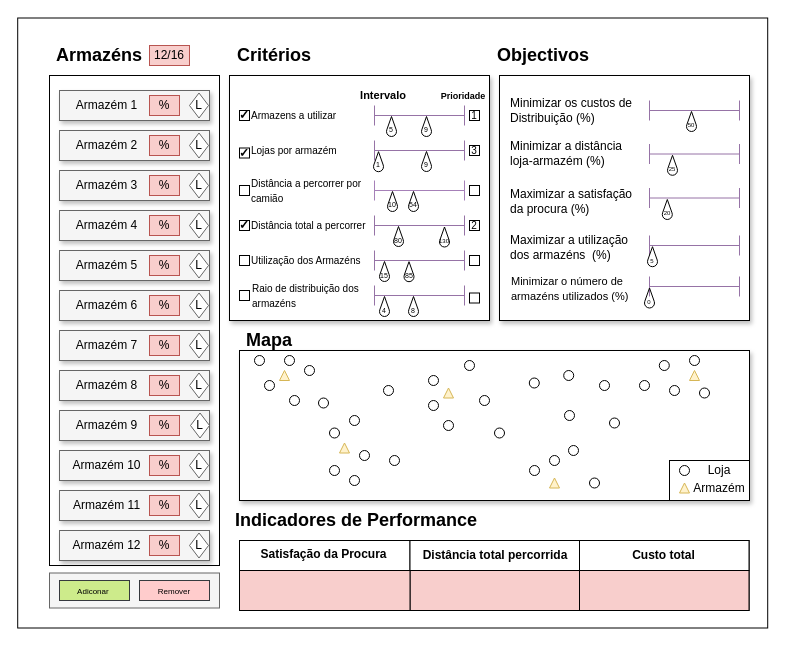
Before: page "Main screen" (1 of 5) of Untitled Diagram.drawio in ertykiko/SADE, a draw.io diagram. Source tidied: cells renumbered, new cells numbered last; positions are measured from the earlier drawing's top-left corner, leaving out a move shared by most shapes. Both pictures are drawn from the tidied source at 100%, with x=0, y=0 at pixel (17, 18).
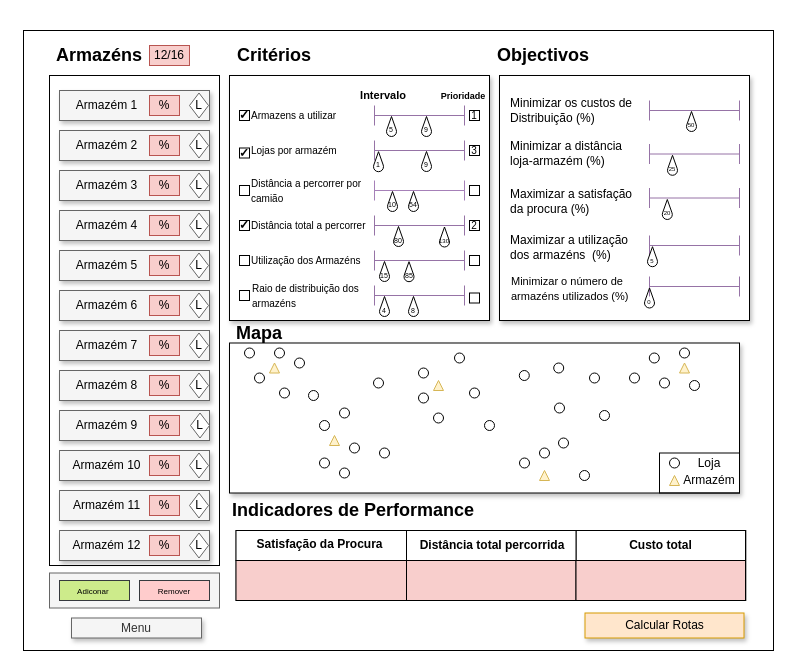
The same page after the edit.

The edit, as a diff of the source:
```diff
@@
     <mxCell id="2" style="rounded=0;whiteSpace=wrap;html=1;" parent="1" vertex="1">
-      <mxGeometry x="0.2" y="-0.5" width="750" height="610" as="geometry" />
+      <mxGeometry x="6" y="12" width="750" height="620" as="geometry" />
     </mxCell>
@@
     <mxCell id="5" style="rounded=0;whiteSpace=wrap;html=1;strokeColor=#666666;gradientColor=none;" parent="1" vertex="1">
-      <mxGeometry x="222" y="522" width="510" height="70" as="geometry" />
+      <mxGeometry x="218.5" y="512" width="510" height="70" as="geometry" />
     </mxCell>
     <mxCell id="6" style="rounded=0;whiteSpace=wrap;html=1;" parent="1" vertex="1">
-      <mxGeometry x="222" y="522" width="170.5" height="30" as="geometry" />
+      <mxGeometry x="218.5" y="512" width="170.5" height="30" as="geometry" />
     </mxCell>
     <mxCell id="7" style="rounded=0;whiteSpace=wrap;html=1;" parent="1" vertex="1">
-      <mxGeometry x="562" y="522" width="169.5" height="30" as="geometry" />
+      <mxGeometry x="558.5" y="512" width="169.5" height="30" as="geometry" />
     </mxCell>
     <mxCell id="8" style="rounded=0;whiteSpace=wrap;html=1;" parent="1" vertex="1">
-      <mxGeometry x="392.5" y="522" width="169.5" height="30" as="geometry" />
+      <mxGeometry x="389" y="512" width="169.5" height="30" as="geometry" />
     </mxCell>
@@
     <mxCell id="53" style="rounded=0;whiteSpace=wrap;html=1;shadow=1;" parent="1" vertex="1">
-      <mxGeometry x="222" y="332" width="510" height="150" as="geometry" />
+      <mxGeometry x="212" y="324.5" width="510" height="150" as="geometry" />
     </mxCell>
     <mxCell id="54" value="&lt;b&gt;&lt;font style=&quot;font-size: 18px&quot;&gt;Mapa&lt;/font&gt;&lt;/b&gt;" style="text;html=1;strokeColor=none;fillColor=none;align=center;verticalAlign=middle;whiteSpace=wrap;rounded=0;shadow=1;" parent="1" vertex="1">
-      <mxGeometry x="232" y="312" width="40" height="20" as="geometry" />
+      <mxGeometry x="222" y="304.5" width="40" height="20" as="geometry" />
     </mxCell>
@@
     <mxCell id="126" value="&lt;b&gt;Distância total percorrida&lt;/b&gt;" style="text;html=1;strokeColor=none;fillColor=none;align=center;verticalAlign=middle;whiteSpace=wrap;rounded=0;" parent="1" vertex="1">
-      <mxGeometry x="398" y="527" width="160" height="20" as="geometry" />
+      <mxGeometry x="394.5" y="517" width="160" height="20" as="geometry" />
     </mxCell>
     <mxCell id="127" value="&lt;div style=&quot;font-size: 18px&quot; align=&quot;left&quot;&gt;&lt;font style=&quot;font-size: 18px&quot;&gt;&lt;b&gt;Indicadores de Performance &lt;/b&gt;&lt;/font&gt;&lt;/div&gt;" style="text;html=1;strokeColor=none;fillColor=none;align=left;verticalAlign=middle;whiteSpace=wrap;rounded=0;" parent="1" vertex="1">
-      <mxGeometry x="216" y="492" width="246" height="20" as="geometry" />
+      <mxGeometry x="212.5" y="482" width="246" height="20" as="geometry" />
     </mxCell>
     <mxCell id="128" value="&lt;b&gt;Custo total&lt;/b&gt;" style="text;html=1;strokeColor=none;fillColor=none;align=center;verticalAlign=middle;whiteSpace=wrap;rounded=0;" parent="1" vertex="1">
-      <mxGeometry x="556.2" y="527" width="181" height="20" as="geometry" />
+      <mxGeometry x="552.8" y="517" width="181" height="20" as="geometry" />
     </mxCell>
     <mxCell id="129" value="&lt;b&gt;Satisfação da Procura&lt;/b&gt;" style="text;html=1;strokeColor=none;fillColor=none;align=center;verticalAlign=middle;whiteSpace=wrap;rounded=0;" parent="1" vertex="1">
-      <mxGeometry x="215.5" y="526" width="181" height="20" as="geometry" />
+      <mxGeometry x="212" y="516" width="181" height="20" as="geometry" />
     </mxCell>
     <mxCell id="130" style="rounded=0;whiteSpace=wrap;html=1;fillColor=#f8cecc;" parent="1" vertex="1">
-      <mxGeometry x="392.5" y="552" width="169.5" height="40" as="geometry" />
+      <mxGeometry x="389" y="542" width="169.5" height="40" as="geometry" />
     </mxCell>
     <mxCell id="131" style="rounded=0;whiteSpace=wrap;html=1;fillColor=#f8cecc;" parent="1" vertex="1">
-      <mxGeometry x="562" y="552" width="169.5" height="40" as="geometry" />
+      <mxGeometry x="558.5" y="542" width="169.5" height="40" as="geometry" />
     </mxCell>
     <mxCell id="132" style="rounded=0;whiteSpace=wrap;html=1;fillColor=#f8cecc;" parent="1" vertex="1">
-      <mxGeometry x="222" y="552" width="170.5" height="40" as="geometry" />
+      <mxGeometry x="218.5" y="542" width="170.5" height="40" as="geometry" />
     </mxCell>
     <mxCell id="133" style="triangle;whiteSpace=wrap;html=1;strokeColor=#d6b656;rotation=90;direction=west;fillColor=#fff2cc;" parent="1" vertex="1">
-      <mxGeometry x="262" y="352" width="10" height="10" as="geometry" />
+      <mxGeometry x="252" y="344.5" width="10" height="10" as="geometry" />
     </mxCell>
     <mxCell id="134" style="ellipse;whiteSpace=wrap;html=1;strokeColor=#000000;" parent="1" vertex="1">
-      <mxGeometry x="287" y="347" width="10" height="10" as="geometry" />
+      <mxGeometry x="277" y="339.5" width="10" height="10" as="geometry" />
     </mxCell>
     <mxCell id="135" style="ellipse;whiteSpace=wrap;html=1;strokeColor=#000000;" parent="1" vertex="1">
-      <mxGeometry x="272" y="377" width="10" height="10" as="geometry" />
+      <mxGeometry x="262" y="369.5" width="10" height="10" as="geometry" />
     </mxCell>
     <mxCell id="136" style="ellipse;whiteSpace=wrap;html=1;strokeColor=#000000;" parent="1" vertex="1">
-      <mxGeometry x="247" y="362" width="10" height="10" as="geometry" />
+      <mxGeometry x="237" y="354.5" width="10" height="10" as="geometry" />
     </mxCell>
     <mxCell id="137" style="ellipse;whiteSpace=wrap;html=1;strokeColor=#000000;" parent="1" vertex="1">
-      <mxGeometry x="237" y="337" width="10" height="10" as="geometry" />
+      <mxGeometry x="227" y="329.5" width="10" height="10" as="geometry" />
     </mxCell>
     <mxCell id="138" style="ellipse;whiteSpace=wrap;html=1;strokeColor=#000000;" parent="1" vertex="1">
-      <mxGeometry x="267" y="337" width="10" height="10" as="geometry" />
+      <mxGeometry x="257" y="329.5" width="10" height="10" as="geometry" />
     </mxCell>
     <mxCell id="139" style="triangle;whiteSpace=wrap;html=1;strokeColor=#d6b656;rotation=90;direction=west;fillColor=#fff2cc;" parent="1" vertex="1">
-      <mxGeometry x="322" y="424.5" width="10" height="10" as="geometry" />
+      <mxGeometry x="312" y="417" width="10" height="10" as="geometry" />
     </mxCell>
     <mxCell id="140" style="ellipse;whiteSpace=wrap;html=1;strokeColor=#000000;" parent="1" vertex="1">
-      <mxGeometry x="332" y="397" width="10" height="10" as="geometry" />
+      <mxGeometry x="322" y="389.5" width="10" height="10" as="geometry" />
     </mxCell>
     <mxCell id="141" style="ellipse;whiteSpace=wrap;html=1;strokeColor=#000000;" parent="1" vertex="1">
-      <mxGeometry x="312" y="409.5" width="10" height="10" as="geometry" />
+      <mxGeometry x="302" y="402" width="10" height="10" as="geometry" />
     </mxCell>
     <mxCell id="142" style="ellipse;whiteSpace=wrap;html=1;strokeColor=#000000;" parent="1" vertex="1">
-      <mxGeometry x="342" y="432" width="10" height="10" as="geometry" />
+      <mxGeometry x="332" y="424.5" width="10" height="10" as="geometry" />
     </mxCell>
     <mxCell id="143" style="ellipse;whiteSpace=wrap;html=1;strokeColor=#000000;" parent="1" vertex="1">
-      <mxGeometry x="312" y="447" width="10" height="10" as="geometry" />
+      <mxGeometry x="302" y="439.5" width="10" height="10" as="geometry" />
     </mxCell>
     <mxCell id="144" style="ellipse;whiteSpace=wrap;html=1;strokeColor=#000000;" parent="1" vertex="1">
-      <mxGeometry x="332" y="457" width="10" height="10" as="geometry" />
+      <mxGeometry x="322" y="449.5" width="10" height="10" as="geometry" />
     </mxCell>
     <mxCell id="145" style="triangle;whiteSpace=wrap;html=1;strokeColor=#d6b656;rotation=90;direction=west;fillColor=#fff2cc;" parent="1" vertex="1">
-      <mxGeometry x="426" y="369.5" width="10" height="10" as="geometry" />
+      <mxGeometry x="416" y="362" width="10" height="10" as="geometry" />
     </mxCell>
     <mxCell id="146" style="ellipse;whiteSpace=wrap;html=1;strokeColor=#000000;" parent="1" vertex="1">
-      <mxGeometry x="462" y="377" width="10" height="10" as="geometry" />
+      <mxGeometry x="452" y="369.5" width="10" height="10" as="geometry" />
     </mxCell>
     <mxCell id="147" style="ellipse;whiteSpace=wrap;html=1;strokeColor=#000000;" parent="1" vertex="1">
-      <mxGeometry x="447" y="342" width="10" height="10" as="geometry" />
+      <mxGeometry x="437" y="334.5" width="10" height="10" as="geometry" />
     </mxCell>
     <mxCell id="148" style="ellipse;whiteSpace=wrap;html=1;strokeColor=#000000;" parent="1" vertex="1">
-      <mxGeometry x="411" y="382" width="10" height="10" as="geometry" />
+      <mxGeometry x="401" y="374.5" width="10" height="10" as="geometry" />
     </mxCell>
     <mxCell id="149" style="ellipse;whiteSpace=wrap;html=1;strokeColor=#000000;" parent="1" vertex="1">
-      <mxGeometry x="372" y="437" width="10" height="10" as="geometry" />
+      <mxGeometry x="362" y="429.5" width="10" height="10" as="geometry" />
     </mxCell>
     <mxCell id="150" style="ellipse;whiteSpace=wrap;html=1;strokeColor=#000000;" parent="1" vertex="1">
-      <mxGeometry x="426" y="402" width="10" height="10" as="geometry" />
+      <mxGeometry x="416" y="394.5" width="10" height="10" as="geometry" />
     </mxCell>
     <mxCell id="151" style="ellipse;whiteSpace=wrap;html=1;strokeColor=#000000;" parent="1" vertex="1">
-      <mxGeometry x="411" y="357" width="10" height="10" as="geometry" />
+      <mxGeometry x="401" y="349.5" width="10" height="10" as="geometry" />
     </mxCell>
     <mxCell id="152" style="triangle;whiteSpace=wrap;html=1;strokeColor=#d6b656;rotation=90;direction=west;fillColor=#fff2cc;" parent="1" vertex="1">
-      <mxGeometry x="532" y="459.5" width="10" height="10" as="geometry" />
+      <mxGeometry x="522" y="452" width="10" height="10" as="geometry" />
     </mxCell>
     <mxCell id="153" style="ellipse;whiteSpace=wrap;html=1;strokeColor=#000000;" parent="1" vertex="1">
-      <mxGeometry x="532" y="437" width="10" height="10" as="geometry" />
+      <mxGeometry x="522" y="429.5" width="10" height="10" as="geometry" />
     </mxCell>
     <mxCell id="154" style="ellipse;whiteSpace=wrap;html=1;strokeColor=#000000;" parent="1" vertex="1">
-      <mxGeometry x="572" y="459.5" width="10" height="10" as="geometry" />
+      <mxGeometry x="562" y="452" width="10" height="10" as="geometry" />
     </mxCell>
     <mxCell id="155" style="ellipse;whiteSpace=wrap;html=1;strokeColor=#000000;" parent="1" vertex="1">
-      <mxGeometry x="512" y="447" width="10" height="10" as="geometry" />
+      <mxGeometry x="502" y="439.5" width="10" height="10" as="geometry" />
     </mxCell>
     <mxCell id="156" style="ellipse;whiteSpace=wrap;html=1;strokeColor=#000000;" parent="1" vertex="1">
-      <mxGeometry x="551" y="427" width="10" height="10" as="geometry" />
+      <mxGeometry x="541" y="419.5" width="10" height="10" as="geometry" />
     </mxCell>
     <mxCell id="157" style="triangle;whiteSpace=wrap;html=1;strokeColor=#d6b656;rotation=90;direction=west;fillColor=#fff2cc;" parent="1" vertex="1">
-      <mxGeometry x="672" y="352" width="10" height="10" as="geometry" />
+      <mxGeometry x="662" y="344.5" width="10" height="10" as="geometry" />
     </mxCell>
     <mxCell id="158" style="ellipse;whiteSpace=wrap;html=1;strokeColor=#000000;" parent="1" vertex="1">
-      <mxGeometry x="641.8" y="342" width="10" height="10" as="geometry" />
+      <mxGeometry x="631.8" y="334.5" width="10" height="10" as="geometry" />
     </mxCell>
     <mxCell id="159" style="ellipse;whiteSpace=wrap;html=1;strokeColor=#000000;" parent="1" vertex="1">
-      <mxGeometry x="682" y="369.5" width="10" height="10" as="geometry" />
+      <mxGeometry x="672" y="362" width="10" height="10" as="geometry" />
     </mxCell>
     <mxCell id="160" style="ellipse;whiteSpace=wrap;html=1;strokeColor=#000000;" parent="1" vertex="1">
-      <mxGeometry x="652" y="367" width="10" height="10" as="geometry" />
+      <mxGeometry x="642" y="359.5" width="10" height="10" as="geometry" />
     </mxCell>
     <mxCell id="161" style="ellipse;whiteSpace=wrap;html=1;strokeColor=#000000;" parent="1" vertex="1">
-      <mxGeometry x="672" y="337" width="10" height="10" as="geometry" />
+      <mxGeometry x="662" y="329.5" width="10" height="10" as="geometry" />
     </mxCell>
     <mxCell id="162" style="ellipse;whiteSpace=wrap;html=1;strokeColor=#000000;" parent="1" vertex="1">
-      <mxGeometry x="662" y="447" width="10" height="10" as="geometry" />
+      <mxGeometry x="652" y="439.5" width="10" height="10" as="geometry" />
     </mxCell>
     <mxCell id="163" style="triangle;whiteSpace=wrap;html=1;strokeColor=#d6b656;rotation=90;direction=west;fillColor=#fff2cc;" parent="1" vertex="1">
-      <mxGeometry x="662" y="464.5" width="10" height="10" as="geometry" />
+      <mxGeometry x="652" y="457" width="10" height="10" as="geometry" />
     </mxCell>
     <mxCell id="164" value="&lt;div&gt;Loja&lt;/div&gt;" style="text;html=1;strokeColor=none;fillColor=none;align=center;verticalAlign=middle;whiteSpace=wrap;rounded=0;" parent="1" vertex="1">
-      <mxGeometry x="682" y="442" width="40" height="20" as="geometry" />
+      <mxGeometry x="672" y="434.5" width="40" height="20" as="geometry" />
     </mxCell>
     <mxCell id="165" value="Armazém" style="text;html=1;strokeColor=none;fillColor=none;align=center;verticalAlign=middle;whiteSpace=wrap;rounded=0;" parent="1" vertex="1">
-      <mxGeometry x="682" y="459.5" width="40" height="20" as="geometry" />
+      <mxGeometry x="672" y="452" width="40" height="20" as="geometry" />
     </mxCell>
     <mxCell id="166" style="rounded=0;whiteSpace=wrap;html=1;fillColor=none;" parent="1" vertex="1">
-      <mxGeometry x="652" y="442" width="80" height="40" as="geometry" />
+      <mxGeometry x="642" y="434.5" width="80" height="40" as="geometry" />
     </mxCell>
@@
     <mxCell id="182" style="ellipse;whiteSpace=wrap;html=1;strokeColor=#000000;" parent="1" vertex="1">
-      <mxGeometry x="547" y="392" width="10" height="10" as="geometry" />
+      <mxGeometry x="537" y="384.5" width="10" height="10" as="geometry" />
     </mxCell>
     <mxCell id="183" style="ellipse;whiteSpace=wrap;html=1;strokeColor=#000000;" parent="1" vertex="1">
-      <mxGeometry x="622" y="362" width="10" height="10" as="geometry" />
+      <mxGeometry x="612" y="354.5" width="10" height="10" as="geometry" />
     </mxCell>
     <mxCell id="184" style="ellipse;whiteSpace=wrap;html=1;strokeColor=#000000;" parent="1" vertex="1">
-      <mxGeometry x="546.2" y="352" width="10" height="10" as="geometry" />
+      <mxGeometry x="536.2" y="344.5" width="10" height="10" as="geometry" />
     </mxCell>
     <mxCell id="185" style="ellipse;whiteSpace=wrap;html=1;strokeColor=#000000;" parent="1" vertex="1">
-      <mxGeometry x="582" y="362" width="10" height="10" as="geometry" />
+      <mxGeometry x="572" y="354.5" width="10" height="10" as="geometry" />
     </mxCell>
     <mxCell id="186" style="ellipse;whiteSpace=wrap;html=1;strokeColor=#000000;" parent="1" vertex="1">
-      <mxGeometry x="511.8" y="359.5" width="10" height="10" as="geometry" />
+      <mxGeometry x="501.8" y="352" width="10" height="10" as="geometry" />
     </mxCell>
     <mxCell id="187" style="ellipse;whiteSpace=wrap;html=1;strokeColor=#000000;" parent="1" vertex="1">
-      <mxGeometry x="301" y="379.5" width="10" height="10" as="geometry" />
+      <mxGeometry x="291" y="372" width="10" height="10" as="geometry" />
     </mxCell>
     <mxCell id="188" style="ellipse;whiteSpace=wrap;html=1;strokeColor=#000000;" parent="1" vertex="1">
-      <mxGeometry x="366" y="367" width="10" height="10" as="geometry" />
+      <mxGeometry x="356" y="359.5" width="10" height="10" as="geometry" />
     </mxCell>
     <mxCell id="189" style="ellipse;whiteSpace=wrap;html=1;strokeColor=#000000;" parent="1" vertex="1">
-      <mxGeometry x="477" y="409.5" width="10" height="10" as="geometry" />
+      <mxGeometry x="467" y="402" width="10" height="10" as="geometry" />
     </mxCell>
     <mxCell id="190" style="ellipse;whiteSpace=wrap;html=1;strokeColor=#000000;" parent="1" vertex="1">
-      <mxGeometry x="592" y="399.5" width="10" height="10" as="geometry" />
+      <mxGeometry x="582" y="392" width="10" height="10" as="geometry" />
     </mxCell>
+    <mxCell id="191" value="&lt;font style=&quot;font-size: 12px&quot;&gt;Calcular Rotas&lt;/font&gt;" style="rounded=0;whiteSpace=wrap;html=1;fillColor=#ffe6cc;strokeColor=#d79b00;shadow=1;" parent="1" vertex="1">
+      <mxGeometry x="567.5" y="594.5" width="159" height="25" as="geometry" />
+    </mxCell>
+    <mxCell id="192" value="Menu" style="rounded=0;whiteSpace=wrap;html=1;fillColor=#f5f5f5;strokeColor=#666666;fontColor=#333333;shadow=1;" parent="1" vertex="1">
+      <mxGeometry x="54" y="599.5" width="130" height="20" as="geometry" />
+    </mxCell>
```
